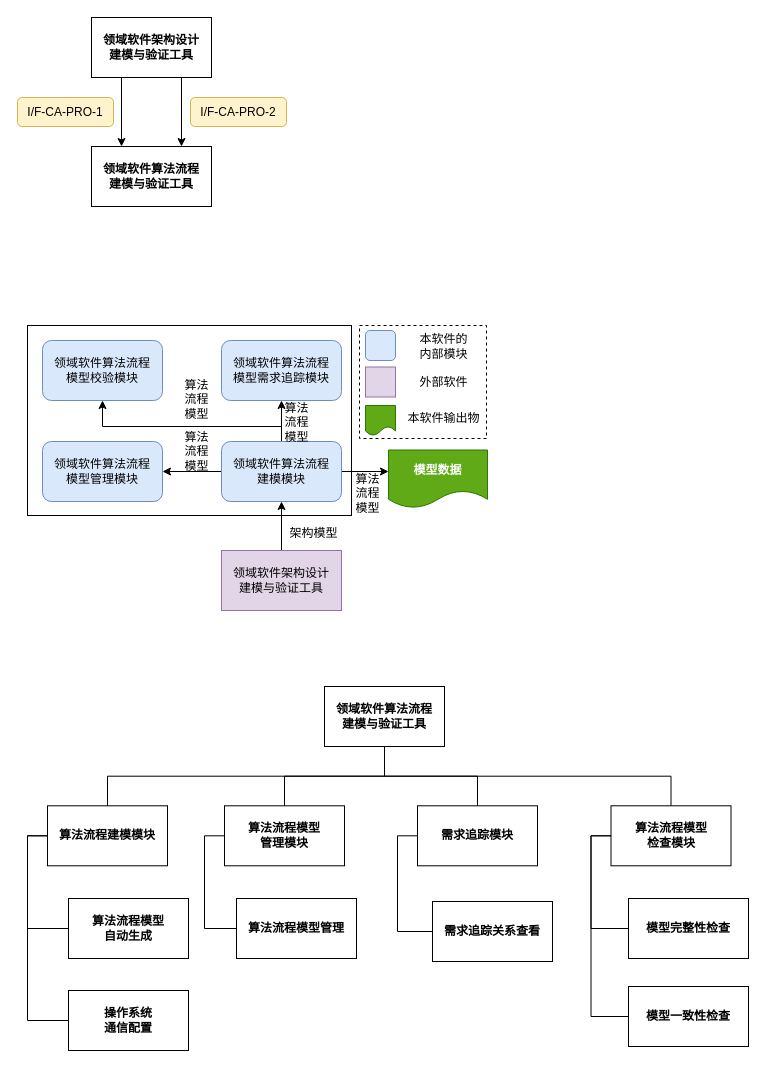
Before: page "进程需求" (3 of 3) of Usage Instructions/安全攸关模版.drawio in Ayuan66/ArchTacRV-Software-Architectural-Tactics-Detector-and-Verifier, a draw.io diagram. Source tidied: cells renumbered, new cells numbered last; positions are measured from the earlier drawing's top-left corner, leaving out a move shared by most shapes. Both pictures are drawn from the tidied source at 100%, with x=0, y=0 at pixel (17, 17).
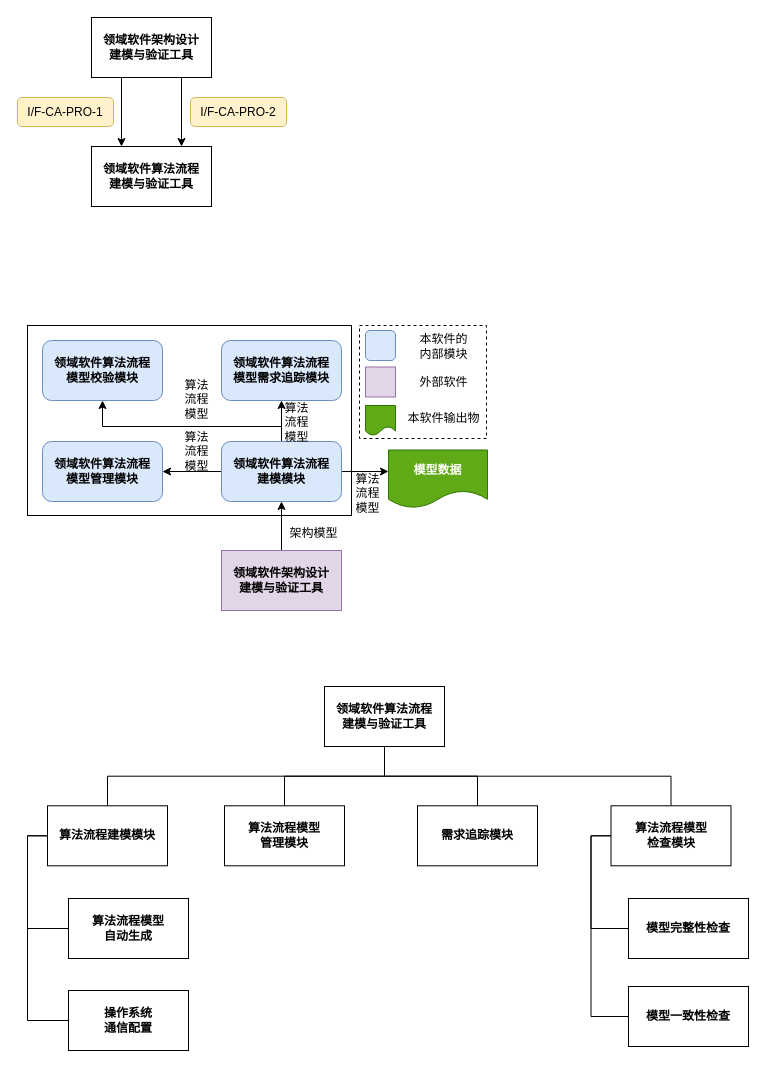
The same diagram, later.

Commit message:
更新算法流程功能图

The change refers to these unchanged cells:
```xml
<mxCell id="41" value="算法流程模型&lt;br&gt;管理模块" style="whiteSpace=wrap;html=1;fontStyle=1;" parent="1" vertex="1">
  <mxGeometry x="207" y="788.3" width="120" height="60" as="geometry" />
</mxCell>
<mxCell id="43" value="需求追踪模块" style="whiteSpace=wrap;html=1;fontStyle=1;" parent="1" vertex="1">
  <mxGeometry x="400" y="788.3" width="120" height="60" as="geometry" />
</mxCell>
```

The edit, as a diff of the source:
```diff
@@
-    <mxCell id="10" value="领域软件算法流程&lt;br&gt;模型校验模块" style="rounded=1;whiteSpace=wrap;html=1;fillColor=#dae8fc;strokeColor=#6c8ebf;" parent="1" vertex="1">
+    <mxCell id="10" value="领域软件算法流程&lt;br&gt;模型校验模块" style="rounded=1;whiteSpace=wrap;html=1;fillColor=#dae8fc;strokeColor=#6c8ebf;fontStyle=1;" parent="1" vertex="1">
       <mxGeometry x="25" y="323" width="120" height="60" as="geometry" />
     </mxCell>
-    <mxCell id="11" value="领域软件算法流程&lt;br&gt;模型需求追踪模块" style="rounded=1;whiteSpace=wrap;html=1;fillColor=#dae8fc;strokeColor=#6c8ebf;" parent="1" vertex="1">
+    <mxCell id="11" value="领域软件算法流程&lt;br&gt;模型需求追踪模块" style="rounded=1;whiteSpace=wrap;html=1;fillColor=#dae8fc;strokeColor=#6c8ebf;fontStyle=1;" parent="1" vertex="1">
       <mxGeometry x="204" y="323" width="120" height="60" as="geometry" />
     </mxCell>
-    <mxCell id="12" value="领域软件算法流程&lt;br&gt;模型管理模块" style="rounded=1;whiteSpace=wrap;html=1;fillColor=#dae8fc;strokeColor=#6c8ebf;" parent="1" vertex="1">
+    <mxCell id="12" value="领域软件算法流程&lt;br&gt;模型管理模块" style="rounded=1;whiteSpace=wrap;html=1;fillColor=#dae8fc;strokeColor=#6c8ebf;fontStyle=1;" parent="1" vertex="1">
       <mxGeometry x="25" y="424" width="120" height="60" as="geometry" />
     </mxCell>
@@
-    <mxCell id="17" value="领域软件算法流程&lt;br&gt;建模模块" style="rounded=1;whiteSpace=wrap;html=1;fillColor=#dae8fc;strokeColor=#6c8ebf;" parent="1" vertex="1">
+    <mxCell id="17" value="领域软件算法流程&lt;br&gt;建模模块" style="rounded=1;whiteSpace=wrap;html=1;fillColor=#dae8fc;strokeColor=#6c8ebf;fontStyle=1;" parent="1" vertex="1">
       <mxGeometry x="204" y="424" width="120" height="60" as="geometry" />
     </mxCell>
@@
-    <mxCell id="19" value="领域软件架构设计&lt;br&gt;建模与验证工具" style="rounded=0;whiteSpace=wrap;html=1;fillColor=#e1d5e7;strokeColor=#9673a6;" parent="1" vertex="1">
+    <mxCell id="19" value="领域软件架构设计&lt;br&gt;建模与验证工具" style="rounded=0;whiteSpace=wrap;html=1;fillColor=#e1d5e7;strokeColor=#9673a6;fontStyle=1;" parent="1" vertex="1">
       <mxGeometry x="204" y="533" width="120" height="60" as="geometry" />
     </mxCell>
@@
-    <mxCell id="30" value="&lt;b&gt;模型数据&lt;/b&gt;" style="shape=document;whiteSpace=wrap;html=1;boundedLbl=1;fillColor=#60a917;fontColor=#ffffff;strokeColor=#2D7600;" parent="1" vertex="1">
+    <mxCell id="30" value="&lt;span&gt;模型数据&lt;/span&gt;" style="shape=document;whiteSpace=wrap;html=1;boundedLbl=1;fillColor=#60a917;fontColor=#ffffff;strokeColor=#2D7600;fontStyle=1;" parent="1" vertex="1">
       <mxGeometry x="371" y="432.5" width="99" height="58" as="geometry" />
     </mxCell>
@@
-    <mxCell id="40" style="edgeStyle=orthogonalEdgeStyle;rounded=0;jettySize=auto;html=1;exitX=0;exitY=0.5;exitDx=0;exitDy=0;entryX=0;entryY=0.5;entryDx=0;entryDy=0;endArrow=none;endFill=0;" parent="1" edge="1" source="41" target="49">
-      <mxGeometry relative="1" as="geometry" />
-    </mxCell>
@@
-    <mxCell id="42" style="edgeStyle=orthogonalEdgeStyle;rounded=0;jettySize=auto;html=1;exitX=0;exitY=0.5;exitDx=0;exitDy=0;entryX=0;entryY=0.5;entryDx=0;entryDy=0;endArrow=none;endFill=0;" parent="1" edge="1" source="43" target="50">
-      <mxGeometry relative="1" as="geometry" />
-    </mxCell>
@@
-    <mxCell id="49" value="算法流程模型管理" style="whiteSpace=wrap;html=1;fontStyle=1;" parent="1" vertex="1">
-      <mxGeometry x="219" y="881" width="120" height="60" as="geometry" />
-    </mxCell>
-    <mxCell id="50" value="需求追踪关系查看" style="whiteSpace=wrap;html=1;fontStyle=1;" parent="1" vertex="1">
-      <mxGeometry x="415" y="884" width="120" height="60" as="geometry" />
-    </mxCell>
```
